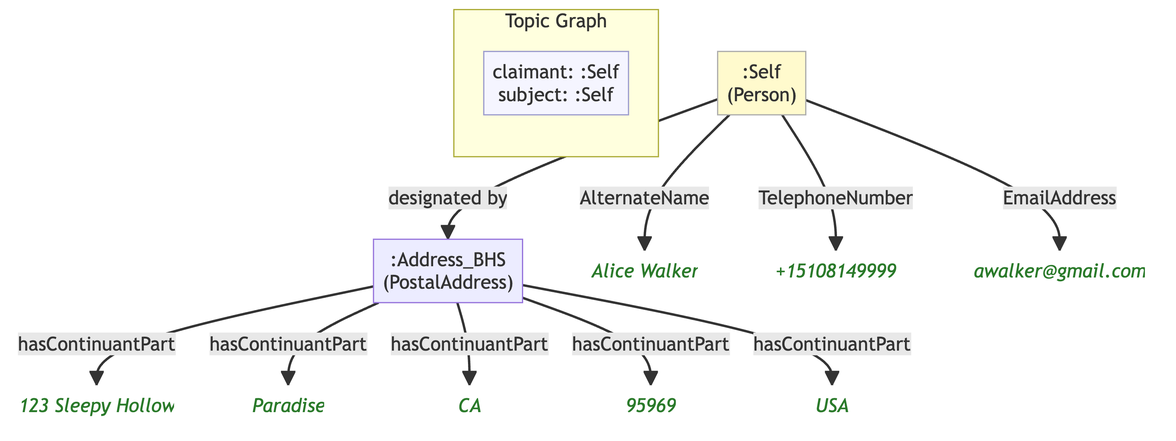
The Mermaid diagram example/graphs/images/graph-14.png in MeeFoundation/mia-ontologies, before a commit. Its source is kept beside it as example/graphs/images/graph-14.mmd. The source it was exported from:
```mermaid
flowchart TD
    classDef person fill:#fffacd,stroke:#aaa,color:#333
    classDef grp    fill:#d4edda,stroke:#aaa,color:#333
    classDef org    fill:#cce5ff,stroke:#aaa,color:#333
    classDef lit    fill:none,stroke:none,font-style:italic,color:#2a7a2a
    classDef meta   fill:#f5f5ff,stroke:#9999cc,color:#333

    subgraph ctx["Topic Graph"]
        direction LR
        ctx_meta["claimant: :Self\nsubject: :Self"]:::meta
    end

    nbb363374209c[":Address_BHS\n(PostalAddress)"]
    n71f8bbd246c7("123 Sleepy Hollow"):::lit
    nc7cebb1661db("Paradise"):::lit
    nbacb8488dd33("CA"):::lit
    n9b37dab16c47("95969"):::lit
    n68cd39ed1821("USA"):::lit
    ne0c3ba92f1db[":Self\n(Person)"]:::person
    n8312d2e3da2a("Alice Walker"):::lit
    n46dcdc758bb7("+15108149999"):::lit
    n278afb4c9de4("awalker@gmail.com"):::lit

    nbb363374209c -->|"hasContinuantPart"| n71f8bbd246c7
    nbb363374209c -->|"hasContinuantPart"| nc7cebb1661db
    nbb363374209c -->|"hasContinuantPart"| nbacb8488dd33
    nbb363374209c -->|"hasContinuantPart"| n9b37dab16c47
    nbb363374209c -->|"hasContinuantPart"| n68cd39ed1821
    ne0c3ba92f1db -->|"AlternateName"| n8312d2e3da2a
    ne0c3ba92f1db -->|"designated by"| nbb363374209c
    ne0c3ba92f1db -->|"TelephoneNumber"| n46dcdc758bb7
    ne0c3ba92f1db -->|"EmailAddress"| n278afb4c9de4
```
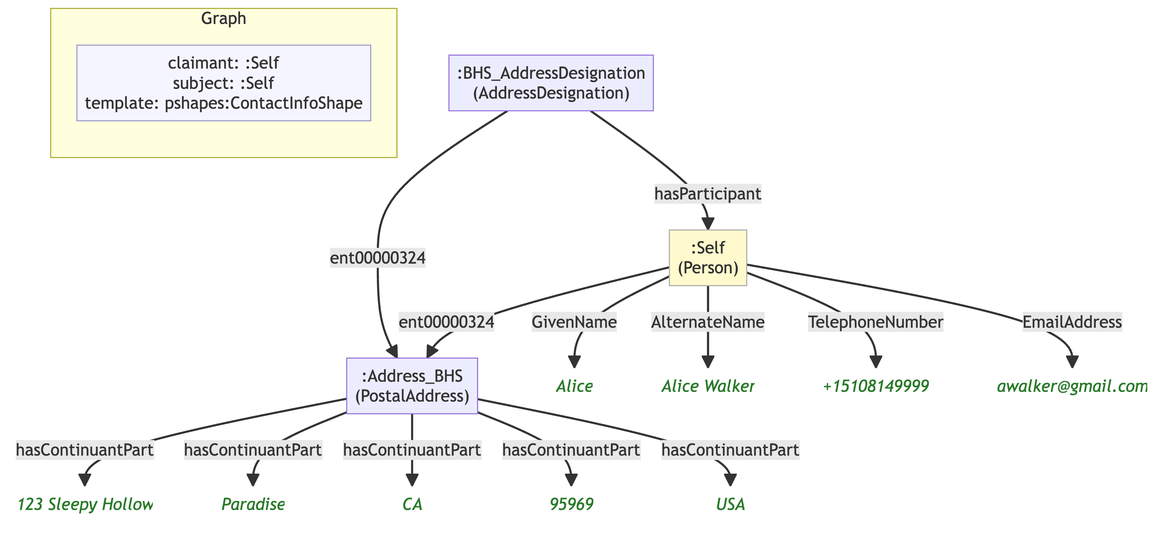
The same diagram one commit later.

The edit, as a diff of the source:
```diff
@@ -1,32 +1,36 @@
 flowchart TD
     classDef person fill:#fffacd,stroke:#aaa,color:#333
-    classDef grp    fill:#d4edda,stroke:#aaa,color:#333
     classDef org    fill:#cce5ff,stroke:#aaa,color:#333
     classDef lit    fill:none,stroke:none,font-style:italic,color:#2a7a2a
     classDef meta   fill:#f5f5ff,stroke:#9999cc,color:#333
 
-    subgraph ctx["Topic Graph"]
+    subgraph ctx["Graph"]
         direction LR
-        ctx_meta["claimant: :Self\nsubject: :Self"]:::meta
+        ctx_meta["claimant: :Self\nsubject: :Self\ntemplate: pshapes:ContactInfoShape"]:::meta
     end
 
     nbb363374209c[":Address_BHS\n(PostalAddress)"]
-    n71f8bbd246c7("123 Sleepy Hollow"):::lit
-    nc7cebb1661db("Paradise"):::lit
-    nbacb8488dd33("CA"):::lit
-    n9b37dab16c47("95969"):::lit
-    n68cd39ed1821("USA"):::lit
+    nd68eaa789f05("123 Sleepy Hollow"):::lit
+    nb278000ea5ba("Paradise"):::lit
+    na87e0bc95fa5("CA"):::lit
+    n6ae30b787656("95969"):::lit
+    ned00ce4034c4("USA"):::lit
+    n166799fc4707[":BHS_AddressDesignation\n(AddressDesignation)"]
     ne0c3ba92f1db[":Self\n(Person)"]:::person
-    n8312d2e3da2a("Alice Walker"):::lit
-    n46dcdc758bb7("+15108149999"):::lit
-    n278afb4c9de4("awalker@gmail.com"):::lit
+    n3291f8afcc38("Alice"):::lit
+    n8c70a681e25d("Alice Walker"):::lit
+    n9ecb579ee73b("+15108149999"):::lit
+    nbc35587dfe20("awalker@gmail.com"):::lit
 
-    nbb363374209c -->|"hasContinuantPart"| n71f8bbd246c7
-    nbb363374209c -->|"hasContinuantPart"| nc7cebb1661db
-    nbb363374209c -->|"hasContinuantPart"| nbacb8488dd33
-    nbb363374209c -->|"hasContinuantPart"| n9b37dab16c47
-    nbb363374209c -->|"hasContinuantPart"| n68cd39ed1821
-    ne0c3ba92f1db -->|"AlternateName"| n8312d2e3da2a
-    ne0c3ba92f1db -->|"designated by"| nbb363374209c
-    ne0c3ba92f1db -->|"TelephoneNumber"| n46dcdc758bb7
-    ne0c3ba92f1db -->|"EmailAddress"| n278afb4c9de4
+    nbb363374209c -->|"hasContinuantPart"| nd68eaa789f05
+    nbb363374209c -->|"hasContinuantPart"| nb278000ea5ba
+    nbb363374209c -->|"hasContinuantPart"| na87e0bc95fa5
+    nbb363374209c -->|"hasContinuantPart"| n6ae30b787656
+    nbb363374209c -->|"hasContinuantPart"| ned00ce4034c4
+    n166799fc4707 -->|"hasParticipant"| ne0c3ba92f1db
+    n166799fc4707 -->|"ent00000324"| nbb363374209c
+    ne0c3ba92f1db -->|"GivenName"| n3291f8afcc38
+    ne0c3ba92f1db -->|"AlternateName"| n8c70a681e25d
+    ne0c3ba92f1db -->|"TelephoneNumber"| n9ecb579ee73b
+    ne0c3ba92f1db -->|"EmailAddress"| nbc35587dfe20
+    ne0c3ba92f1db -->|"ent00000324"| nbb363374209c
```
